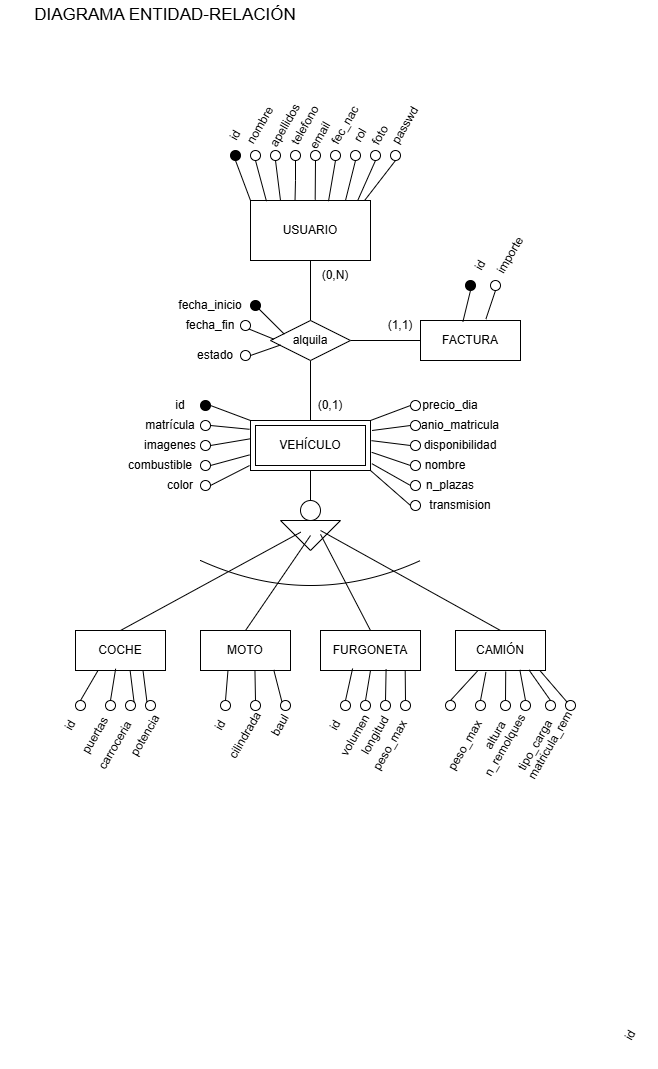
The draw.io diagram ERD.png in FlexiCoche/PIIS-FlexiCoche_database, before a commit. Source tidied: cells renumbered, new cells last; positions are measured from the earlier drawing's top-left corner, leaving out a move shared by most shapes.
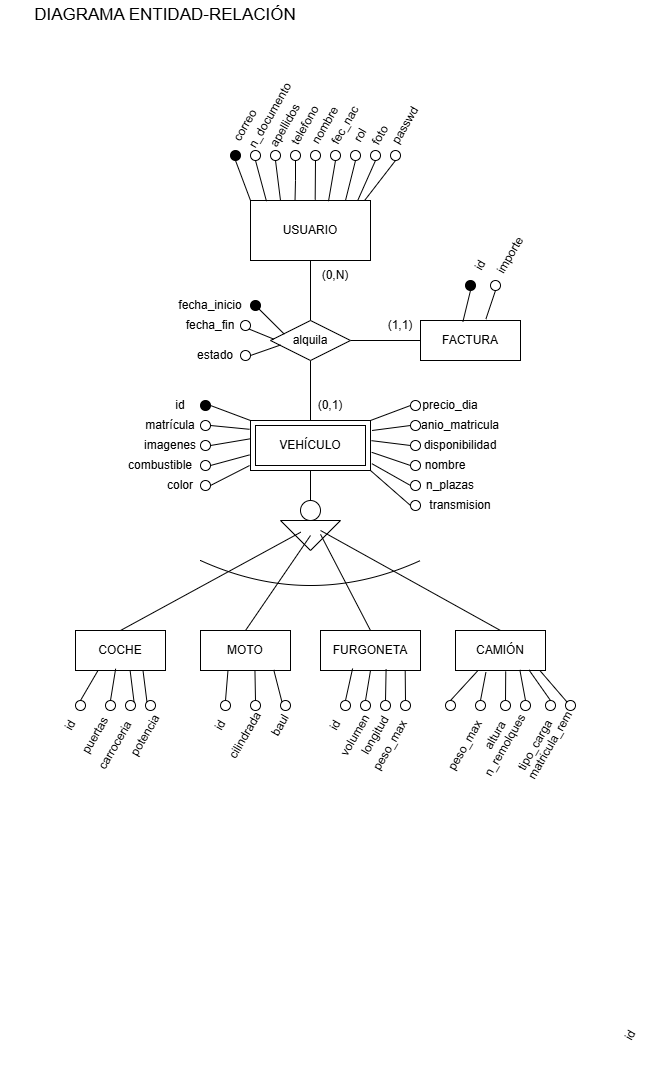
Later version of the same file.

What changed in the source:
```diff
@@ -296,11 +296,11 @@
     <mxCell id="95" style="rounded=0;jettySize=auto;html=1;exitX=0.5;exitY=0;exitDx=0;exitDy=0;entryX=0.715;entryY=0.985;entryDx=0;entryDy=0;entryPerimeter=0;endArrow=none;startFill=0;" parent="1" edge="1" source="94" target="66">
       <mxGeometry relative="1" as="geometry" />
     </mxCell>
-    <mxCell id="96" value="id" style="text;html=1;align=center;verticalAlign=middle;whiteSpace=wrap;rounded=0;rotation=-60;" parent="1" vertex="1">
-      <mxGeometry x="205" y="120" width="60" height="30" as="geometry" />
+    <mxCell id="96" value="n_documento" style="text;html=1;align=center;verticalAlign=middle;whiteSpace=wrap;rounded=0;rotation=-60;" parent="1" vertex="1">
+      <mxGeometry x="240" y="100" width="60" height="30" as="geometry" />
     </mxCell>
     <mxCell id="97" value="nombre" style="text;html=1;align=center;verticalAlign=middle;whiteSpace=wrap;rounded=0;rotation=-60;" parent="1" vertex="1">
-      <mxGeometry x="230" y="110" width="60" height="30" as="geometry" />
+      <mxGeometry x="295" y="110" width="60" height="30" as="geometry" />
     </mxCell>
     <mxCell id="98" value="apellidos" style="text;html=1;align=center;verticalAlign=middle;whiteSpace=wrap;rounded=0;rotation=-60;" parent="1" vertex="1">
       <mxGeometry x="255" y="110" width="60" height="30" as="geometry" />
@@ -308,9 +308,6 @@
     <mxCell id="99" value="telefono" style="text;html=1;align=center;verticalAlign=middle;whiteSpace=wrap;rounded=0;rotation=-60;" parent="1" vertex="1">
       <mxGeometry x="275" y="110" width="60" height="30" as="geometry" />
     </mxCell>
-    <mxCell id="100" value="email" style="text;html=1;align=center;verticalAlign=middle;whiteSpace=wrap;rounded=0;rotation=-60;" parent="1" vertex="1">
-      <mxGeometry x="290" y="120" width="60" height="30" as="geometry" />
-    </mxCell>
     <mxCell id="101" value="rol" style="text;html=1;align=center;verticalAlign=middle;whiteSpace=wrap;rounded=0;rotation=-60;" parent="1" vertex="1">
       <mxGeometry x="330" y="120" width="60" height="30" as="geometry" />
     </mxCell>
@@ -464,5 +461,8 @@
     <mxCell id="151" style="rounded=0;jettySize=auto;html=1;exitX=0;exitY=0;exitDx=0;exitDy=0;entryX=0.939;entryY=1.004;entryDx=0;entryDy=0;entryPerimeter=0;endArrow=none;startFill=0;" parent="1" edge="1" source="146" target="66">
       <mxGeometry relative="1" as="geometry" />
     </mxCell>
+    <mxCell id="152" value="correo" style="text;html=1;align=center;verticalAlign=middle;whiteSpace=wrap;rounded=0;rotation=-60;" parent="1" vertex="1">
+      <mxGeometry x="215" y="110" width="60" height="30" as="geometry" />
+    </mxCell>
   </root>
 </mxGraphModel>
```
